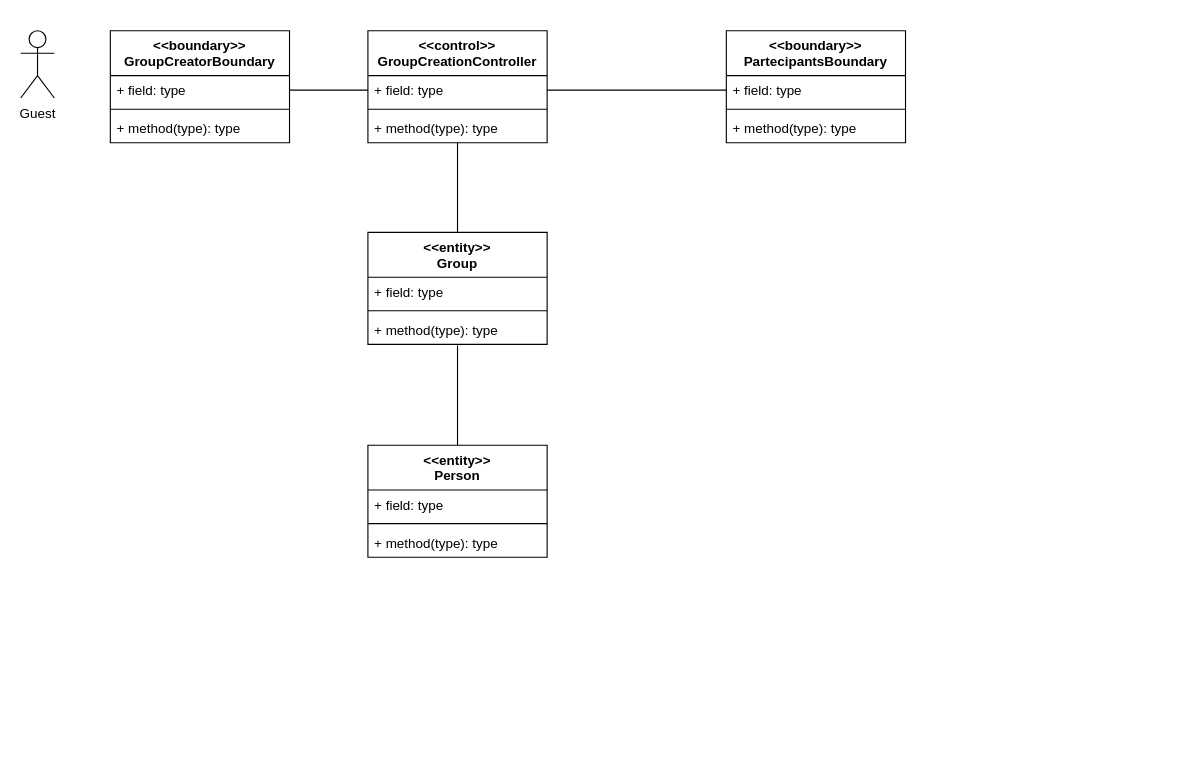
This is Docs/VoPC/VoPC CreateStudyGroup.drawio from nic-agos/DoveStudi, a draw.io file, before an edit. Source tidied: cells renumbered, new cells numbered last; positions are measured from the earlier drawing's top-left corner, leaving out a move shared by most shapes. Both pictures are drawn from the tidied source at 112%, with x=0, y=0 at pixel (20, 30).
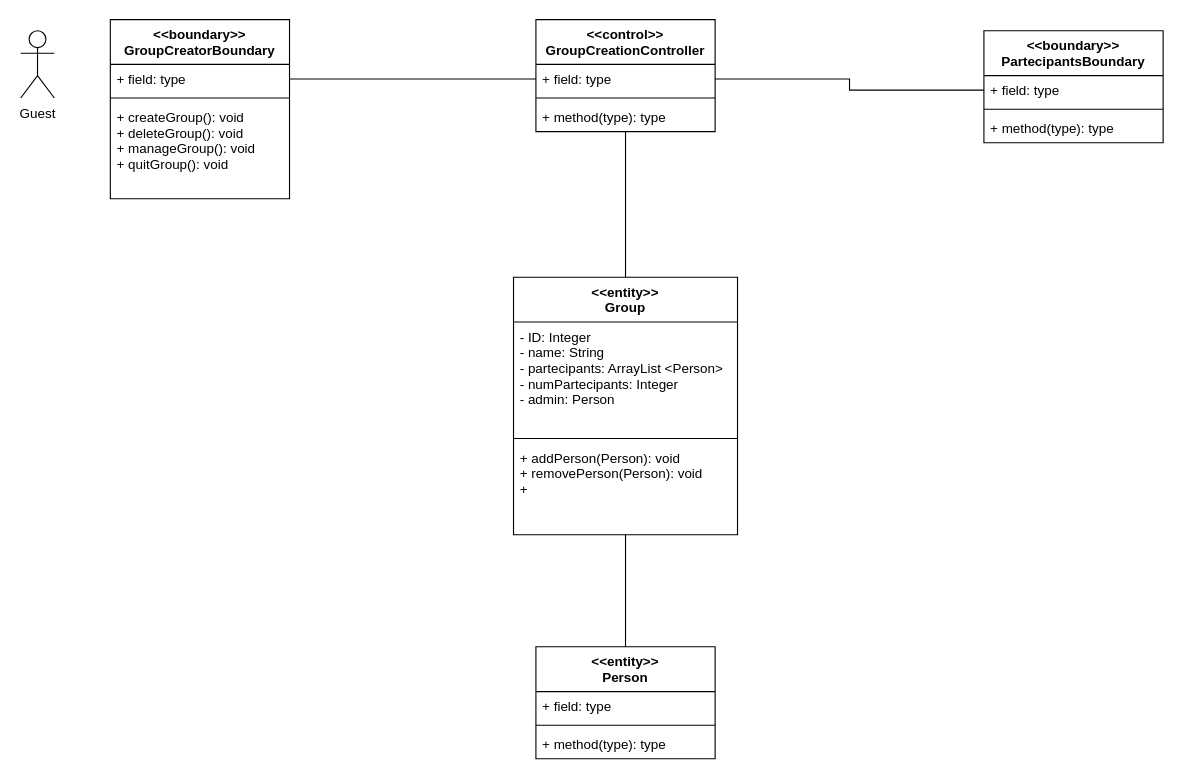
The same page after the edit.

Commit message:
group boundary

What changed in the source:
```diff
@@
     <mxCell id="3" value="&lt;&lt;entity&gt;&gt;&#10;Group" style="swimlane;fontStyle=1;align=center;verticalAlign=top;horizontal=1;startSize=40;" parent="1" vertex="1">
-      <mxGeometry x="310" y="180" width="160" height="100" as="geometry" />
+      <mxGeometry x="440" y="220" width="200" height="230" as="geometry" />
     </mxCell>
-    <mxCell id="4" value="+ field: type" style="text;strokeColor=none;fillColor=none;align=left;verticalAlign=top;spacingLeft=4;spacingRight=4;overflow=hidden;" parent="3" vertex="1">
-      <mxGeometry y="40" width="160" height="26" as="geometry" />
+    <mxCell id="4" value="- ID: Integer&#10;- name: String&#10;- partecipants: ArrayList &lt;Person&gt;&#10;- numPartecipants: Integer&#10;- admin: Person&#10;" style="text;strokeColor=none;fillColor=none;align=left;verticalAlign=top;spacingLeft=4;spacingRight=4;overflow=hidden;" parent="3" vertex="1">
+      <mxGeometry y="40" width="200" height="100" as="geometry" />
     </mxCell>
     <mxCell id="5" style="line;strokeWidth=1;fillColor=none;align=left;verticalAlign=middle;spacingTop=-1;spacingLeft=3;spacingRight=3;labelPosition=right;" parent="3" vertex="1">
-      <mxGeometry y="66" width="160" height="8" as="geometry" />
+      <mxGeometry y="140" width="200" height="8" as="geometry" />
     </mxCell>
-    <mxCell id="6" value="+ method(type): type" style="text;strokeColor=none;fillColor=none;align=left;verticalAlign=top;spacingLeft=4;spacingRight=4;overflow=hidden;points=[[0,0.5],[1,0.5]];portConstraint=eastwest;" parent="3" vertex="1">
-      <mxGeometry y="74" width="160" height="26" as="geometry" />
+    <mxCell id="6" value="+ addPerson(Person): void&#10;+ removePerson(Person): void&#10;+ " style="text;strokeColor=none;fillColor=none;align=left;verticalAlign=top;spacingLeft=4;spacingRight=4;overflow=hidden;points=[[0,0.5],[1,0.5]];portConstraint=eastwest;" parent="3" vertex="1">
+      <mxGeometry y="148" width="200" height="82" as="geometry" />
     </mxCell>
     <mxCell id="7" value="&lt;&lt;control&gt;&gt;&#10;GroupCreationController" style="swimlane;fontStyle=1;align=center;verticalAlign=top;horizontal=1;startSize=40;" parent="1" vertex="1">
-      <mxGeometry x="310" width="160" height="100" as="geometry" />
+      <mxGeometry x="460" y="-10" width="160" height="100" as="geometry" />
     </mxCell>
@@
     <mxCell id="11" value="&lt;&lt;boundary&gt;&gt;&#10;GroupCreatorBoundary" style="swimlane;fontStyle=1;align=center;verticalAlign=top;horizontal=1;startSize=40;" parent="1" vertex="1">
-      <mxGeometry x="80" width="160" height="100" as="geometry" />
+      <mxGeometry x="80" y="-10" width="160" height="160" as="geometry" />
     </mxCell>
@@
-    <mxCell id="14" value="+ method(type): type" style="text;strokeColor=none;fillColor=none;align=left;verticalAlign=top;spacingLeft=4;spacingRight=4;overflow=hidden;" parent="11" vertex="1">
-      <mxGeometry y="74" width="160" height="26" as="geometry" />
+    <mxCell id="14" value="+ createGroup(): void&#10;+ deleteGroup(): void&#10;+ manageGroup(): void&#10;+ quitGroup(): void" style="text;strokeColor=none;fillColor=none;align=left;verticalAlign=top;spacingLeft=4;spacingRight=4;overflow=hidden;" parent="11" vertex="1">
+      <mxGeometry y="74" width="160" height="86" as="geometry" />
     </mxCell>
@@
-    <mxCell id="16" style="edgeStyle=orthogonalEdgeStyle;rounded=0;jettySize=auto;html=1;entryX=0.5;entryY=1.038;entryDx=0;entryDy=0;entryPerimeter=0;endArrow=none;endFill=0;" parent="1" edge="1" source="17" target="6">
+    <mxCell id="16" style="edgeStyle=orthogonalEdgeStyle;rounded=0;jettySize=auto;html=1;exitX=0.5;exitY=0;exitDx=0;exitDy=0;entryX=0.5;entryY=0.997;entryDx=0;entryDy=0;entryPerimeter=0;endArrow=none;endFill=0;" parent="1" edge="1" source="17" target="6">
       <mxGeometry relative="1" as="geometry" />
     </mxCell>
     <mxCell id="17" value="&lt;&lt;entity&gt;&gt;&#10;Person" style="swimlane;fontStyle=1;align=center;verticalAlign=top;horizontal=1;startSize=40;" parent="1" vertex="1">
-      <mxGeometry x="310" y="370" width="160" height="100" as="geometry" />
+      <mxGeometry x="460" y="550" width="160" height="100" as="geometry" />
     </mxCell>
@@
     <mxCell id="22" value="&lt;&lt;boundary&gt;&gt;&#10;PartecipantsBoundary" style="swimlane;fontStyle=1;align=center;verticalAlign=top;horizontal=1;startSize=40;" parent="1" vertex="1">
-      <mxGeometry x="630" width="160" height="100" as="geometry" />
+      <mxGeometry x="860" width="160" height="100" as="geometry" />
     </mxCell>
```
